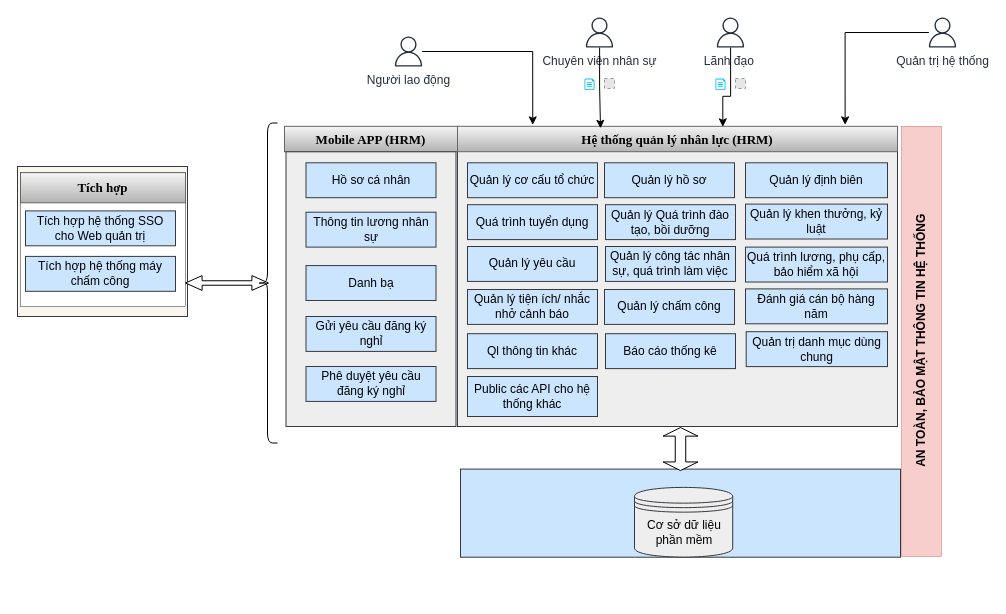
Above: page "Mô hình HRM" (5 of 7) of Untitled Diagram.drawio in dungnm8/temp_follow (draw.io), before the change. Source tidied: cells renumbered, new cells numbered last; positions are measured from the earlier drawing's top-left corner, leaving out a move shared by most shapes. Both pictures are drawn from the tidied source at 100%, with x=0, y=0 at pixel (17, 17). Pictures stored in the file or linked from it are replaced by grey dashed boxes.
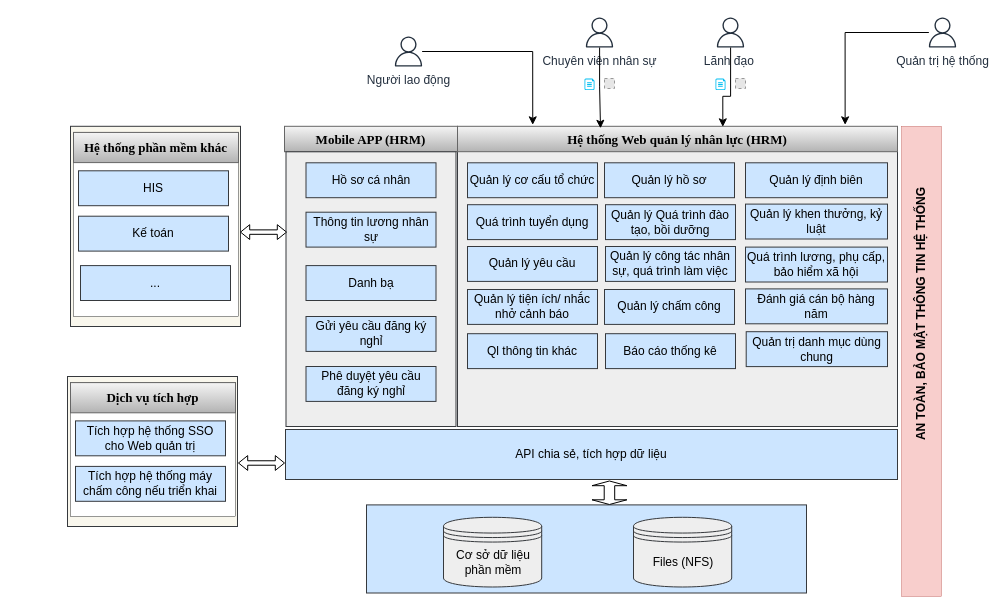
Above is the later version.

Diff of the diagram source:
```diff
@@
     <mxCell id="6" style="rounded=0;whiteSpace=wrap;html=1;fillColor=#f9f7ed;strokeColor=#36393d;" parent="1" vertex="1">
-      <mxGeometry y="149" width="170" height="150" as="geometry" />
+      <mxGeometry x="50" y="359" width="170" height="150" as="geometry" />
     </mxCell>
-    <mxCell id="7" value="&lt;div&gt;Hệ thống quản lý nhân lực (HRM)&lt;/div&gt;" style="text;html=1;strokeColor=#666666;fillColor=#f5f5f5;align=center;verticalAlign=middle;whiteSpace=wrap;rounded=0;fontFamily=Times New Roman;fontSize=13;fontStyle=1;gradientColor=#b3b3b3;" parent="1" vertex="1">
+    <mxCell id="7" value="&lt;div&gt;Hệ thống Web quản lý nhân lực (HRM)&lt;/div&gt;" style="text;html=1;strokeColor=#666666;fillColor=#f5f5f5;align=center;verticalAlign=middle;whiteSpace=wrap;rounded=0;fontFamily=Times New Roman;fontSize=13;fontStyle=1;gradientColor=#b3b3b3;" parent="1" vertex="1">
       <mxGeometry x="440" y="108.8" width="440" height="25.4" as="geometry" />
     </mxCell>
@@
     <mxCell id="17" style="rounded=0;whiteSpace=wrap;html=1;fillColor=#cce5ff;strokeColor=#36393d;" parent="1" vertex="1">
-      <mxGeometry x="443" y="451.6" width="440" height="88.1" as="geometry" />
+      <mxGeometry x="349" y="487.4" width="440" height="88.1" as="geometry" />
     </mxCell>
     <mxCell id="18" style="group;" parent="1" vertex="1">
-      <mxGeometry x="617" y="469.9" width="100" height="69.7" as="geometry" />
+      <mxGeometry x="426" y="499.8" width="100" height="69.7" as="geometry" />
     </mxCell>
@@
     <mxCell id="21" style="rounded=0;whiteSpace=wrap;html=1;fontFamily=Times New Roman;fontSize=11;fillColor=#f8cecc;strokeColor=#b85450;strokeWidth=0.4;" parent="1" vertex="1">
-      <mxGeometry x="884" y="108.8" width="40" height="430.2" as="geometry" />
+      <mxGeometry x="884" y="108.8" width="40" height="470.2" as="geometry" />
     </mxCell>
     <mxCell id="22" value="AN TOÀN, BẢO MẬT THÔNG TIN HỆ THỐNG" style="text;html=1;align=center;verticalAlign=middle;whiteSpace=wrap;rounded=0;fontStyle=1;rotation=-90;" parent="1" vertex="1">
-      <mxGeometry x="693.7" y="306.3" width="420.6" height="34.9" as="geometry" />
+      <mxGeometry x="720.9" y="279.1" width="366.1" height="34.9" as="geometry" />
     </mxCell>
@@
     <mxCell id="30" style="shape=doubleArrow;whiteSpace=wrap;html=1;fontFamily=Times New Roman;fontSize=11;rotation=90;" parent="1" vertex="1">
-      <mxGeometry x="641.5" y="414.1" width="43" height="34.9" as="geometry" />
+      <mxGeometry x="580.2" y="457.8" width="23.5" height="34.9" as="geometry" />
     </mxCell>
     <mxCell id="31" style="rounded=0;whiteSpace=wrap;html=1;strokeWidth=0.4;" parent="1" vertex="1">
-      <mxGeometry x="3" y="155.1" width="165" height="133.9" as="geometry" />
+      <mxGeometry x="53" y="365.1" width="165" height="133.9" as="geometry" />
     </mxCell>
     <mxCell id="32" value="Tích hợp hệ thống SSO cho Web quản trị" style="text;html=1;strokeColor=#36393d;fillColor=#cce5ff;align=center;verticalAlign=middle;whiteSpace=wrap;rounded=0;fontStyle=0;" parent="1" vertex="1">
-      <mxGeometry x="8" y="193.4" width="150" height="34.9" as="geometry" />
+      <mxGeometry x="58" y="403.4" width="150" height="34.9" as="geometry" />
     </mxCell>
-    <mxCell id="33" value="Public các API cho hệ thống khác" style="text;html=1;strokeColor=#36393d;fillColor=#cce5ff;align=center;verticalAlign=middle;whiteSpace=wrap;rounded=0;fontStyle=0;" parent="1" vertex="1">
-      <mxGeometry x="450" y="359" width="130" height="40" as="geometry" />
-    </mxCell>
-    <mxCell id="34" value="Tích hợp hệ thống máy chấm công" style="text;html=1;strokeColor=#36393d;fillColor=#cce5ff;align=center;verticalAlign=middle;whiteSpace=wrap;rounded=0;fontStyle=0;" parent="1" vertex="1">
-      <mxGeometry x="8" y="238.9" width="150" height="34.9" as="geometry" />
+    <mxCell id="34" value="Tích hợp hệ thống máy chấm công nếu triển khai" style="text;html=1;strokeColor=#36393d;fillColor=#cce5ff;align=center;verticalAlign=middle;whiteSpace=wrap;rounded=0;fontStyle=0;" parent="1" vertex="1">
+      <mxGeometry x="58" y="448.9" width="150" height="34.9" as="geometry" />
     </mxCell>
-    <mxCell id="35" value="Tích hợp" style="text;html=1;strokeColor=#666666;fillColor=#f5f5f5;align=center;verticalAlign=middle;whiteSpace=wrap;rounded=0;fontFamily=Times New Roman;fontSize=13;fontStyle=1;gradientColor=#b3b3b3;" parent="1" vertex="1">
-      <mxGeometry x="3" y="155.1" width="165" height="30.2" as="geometry" />
+    <mxCell id="35" value="Dịch vụ tích hợp" style="text;html=1;strokeColor=#666666;fillColor=#f5f5f5;align=center;verticalAlign=middle;whiteSpace=wrap;rounded=0;fontFamily=Times New Roman;fontSize=13;fontStyle=1;gradientColor=#b3b3b3;" parent="1" vertex="1">
+      <mxGeometry x="53" y="365.1" width="165" height="30.2" as="geometry" />
     </mxCell>
@@
     <mxCell id="44" style="shape=doubleArrow;whiteSpace=wrap;html=1;fontFamily=Times New Roman;fontSize=11;rotation=-180;" parent="1" vertex="1">
-      <mxGeometry x="168" y="258.1" width="83" height="14.8" as="geometry" />
+      <mxGeometry x="221" y="438.1" width="46" height="14.8" as="geometry" />
     </mxCell>
@@
-    <mxCell id="52" style="shape=curlyBracket;whiteSpace=wrap;html=1;rounded=1;" parent="1" vertex="1">
-      <mxGeometry x="240" y="105.5" width="20" height="320" as="geometry" />
-    </mxCell>
+    <mxCell id="53" style="group;" parent="1" vertex="1">
+      <mxGeometry x="616" y="499.8" width="100" height="69.7" as="geometry" />
+    </mxCell>
+    <mxCell id="54" style="shape=datastore;whiteSpace=wrap;html=1;fontFamily=Times New Roman;fontSize=11;fillColor=#eeeeee;strokeColor=#36393d;" parent="53" vertex="1">
+      <mxGeometry width="98.2" height="69.7" as="geometry" />
+    </mxCell>
+    <mxCell id="55" value="&lt;div&gt;Files (NFS)&lt;br&gt;&lt;/div&gt;" style="text;html=1;strokeColor=none;fillColor=none;align=center;verticalAlign=middle;whiteSpace=wrap;rounded=0;" parent="53" vertex="1">
+      <mxGeometry y="35.2" width="100" height="20.3" as="geometry" />
+    </mxCell>
+    <mxCell id="56" value="API chia sẻ, tích hợp dữ liệu" style="rounded=0;whiteSpace=wrap;html=1;fillColor=#cce5ff;strokeColor=#36393d;" parent="1" vertex="1">
+      <mxGeometry x="268" y="412" width="612" height="50" as="geometry" />
+    </mxCell>
+    <mxCell id="57" style="rounded=0;whiteSpace=wrap;html=1;fillColor=#f9f7ed;strokeColor=#36393d;" parent="1" vertex="1">
+      <mxGeometry x="53" y="108.8" width="170" height="200.2" as="geometry" />
+    </mxCell>
+    <mxCell id="58" style="rounded=0;whiteSpace=wrap;html=1;strokeWidth=0.4;" parent="1" vertex="1">
+      <mxGeometry x="56" y="114.9" width="165" height="184.1" as="geometry" />
+    </mxCell>
+    <mxCell id="59" value="HIS" style="text;html=1;strokeColor=#36393d;fillColor=#cce5ff;align=center;verticalAlign=middle;whiteSpace=wrap;rounded=0;fontStyle=0;" parent="1" vertex="1">
+      <mxGeometry x="61" y="153.3" width="150" height="34.9" as="geometry" />
+    </mxCell>
+    <mxCell id="60" value="Kế toán" style="text;html=1;strokeColor=#36393d;fillColor=#cce5ff;align=center;verticalAlign=middle;whiteSpace=wrap;rounded=0;fontStyle=0;" parent="1" vertex="1">
+      <mxGeometry x="61" y="198.7" width="150" height="34.9" as="geometry" />
+    </mxCell>
+    <mxCell id="61" value="Hệ thống phần mềm khác" style="text;html=1;strokeColor=#666666;fillColor=#f5f5f5;align=center;verticalAlign=middle;whiteSpace=wrap;rounded=0;fontFamily=Times New Roman;fontSize=13;fontStyle=1;gradientColor=#b3b3b3;" parent="1" vertex="1">
+      <mxGeometry x="56" y="114.9" width="165" height="30.2" as="geometry" />
+    </mxCell>
+    <mxCell id="62" value="..." style="text;html=1;strokeColor=#36393d;fillColor=#cce5ff;align=center;verticalAlign=middle;whiteSpace=wrap;rounded=0;fontStyle=0;" parent="1" vertex="1">
+      <mxGeometry x="63" y="248.1" width="150" height="34.9" as="geometry" />
+    </mxCell>
+    <mxCell id="63" style="shape=doubleArrow;whiteSpace=wrap;html=1;fontFamily=Times New Roman;fontSize=11;rotation=-180;" parent="1" vertex="1">
+      <mxGeometry x="223" y="207.2" width="46" height="14.8" as="geometry" />
+    </mxCell>
```
